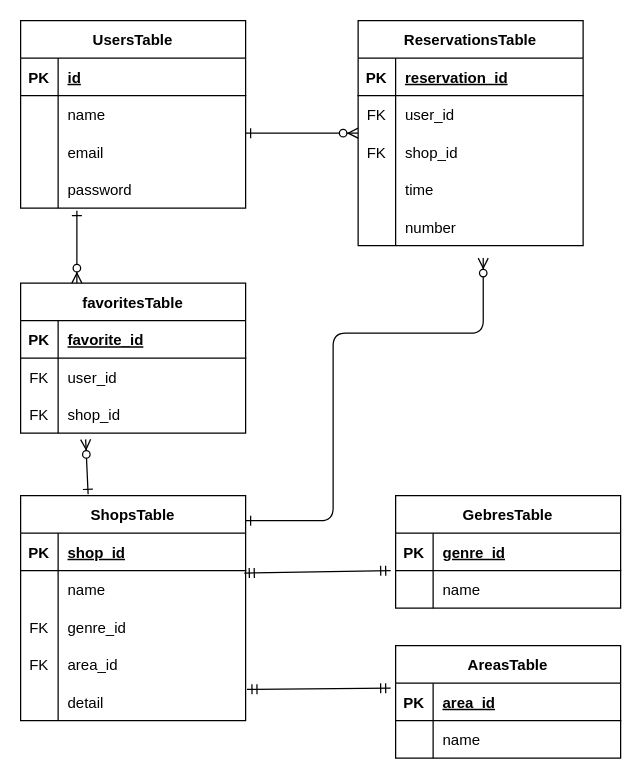
piroshi1989/Rese keeps this draw.io diagram as ER.dio. Above is the earlier version. Source tidied: cells renumbered, new cells numbered last; positions are measured from the earlier drawing's top-left corner, leaving out a move shared by most shapes. Both pictures are drawn from the tidied source at 125%, with x=0, y=0 at pixel (20, 20).
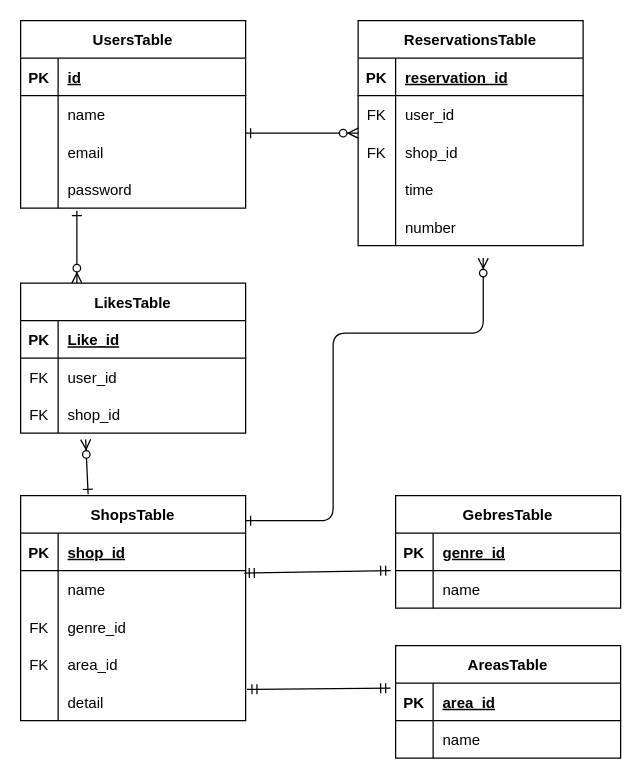
The same page after the edit.

The change refers to these unchanged cells:
```xml
<mxCell id="67" style="shape=tableRow;horizontal=0;startSize=0;swimlaneHead=0;swimlaneBody=0;fillColor=none;top=0;left=0;right=0;bottom=1;" parent="66" vertex="1">
  <mxGeometry y="30" width="180" height="30" as="geometry" />
</mxCell>
```

What changed in the source:
```diff
@@
-    <mxCell id="66" value="favoritesTable" style="shape=table;startSize=30;childLayout=tableLayout;rowLines=0;fontStyle=1;align=center;" parent="1" vertex="1">
+    <mxCell id="66" value="LikesTable" style="shape=table;startSize=30;childLayout=tableLayout;rowLines=0;fontStyle=1;align=center;" parent="1" vertex="1">
       <mxGeometry y="210" width="180" height="120" as="geometry" />
     </mxCell>
@@
-    <mxCell id="69" value="favorite_id" style="shape=partialRectangle;fillColor=none;top=0;left=0;bottom=0;right=0;align=left;spacingLeft=6;fontStyle=5;overflow=hidden;" parent="67" vertex="1">
+    <mxCell id="69" value="Like_id" style="shape=partialRectangle;fillColor=none;top=0;left=0;bottom=0;right=0;align=left;spacingLeft=6;fontStyle=5;overflow=hidden;" parent="67" vertex="1">
       <mxGeometry x="30" width="150" height="30" as="geometry" />
     </mxCell>
```
